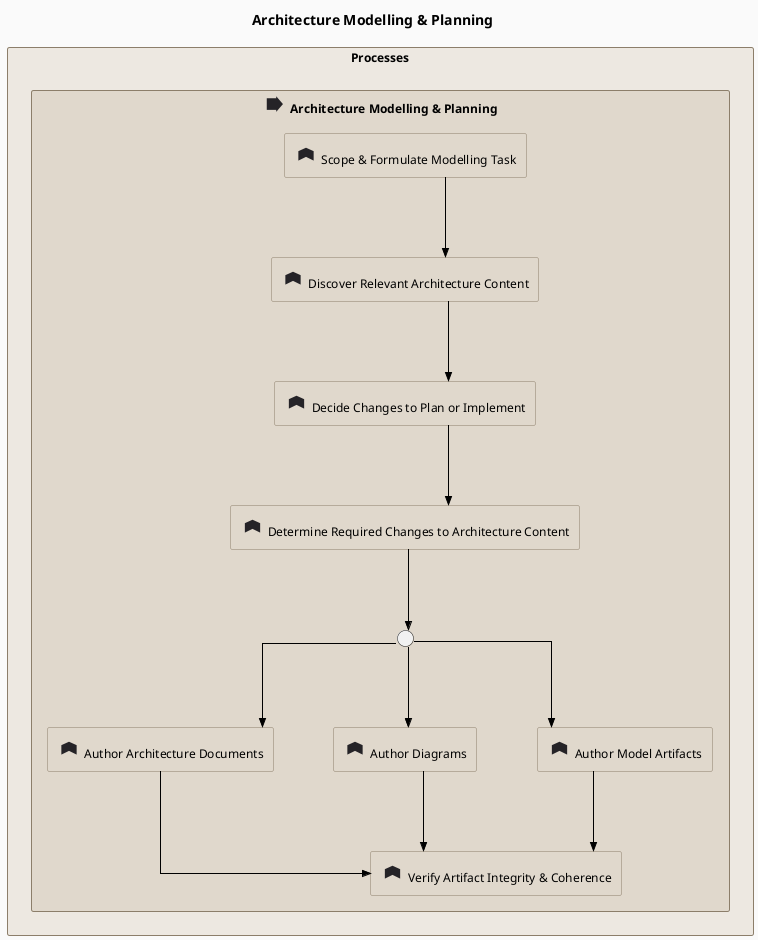
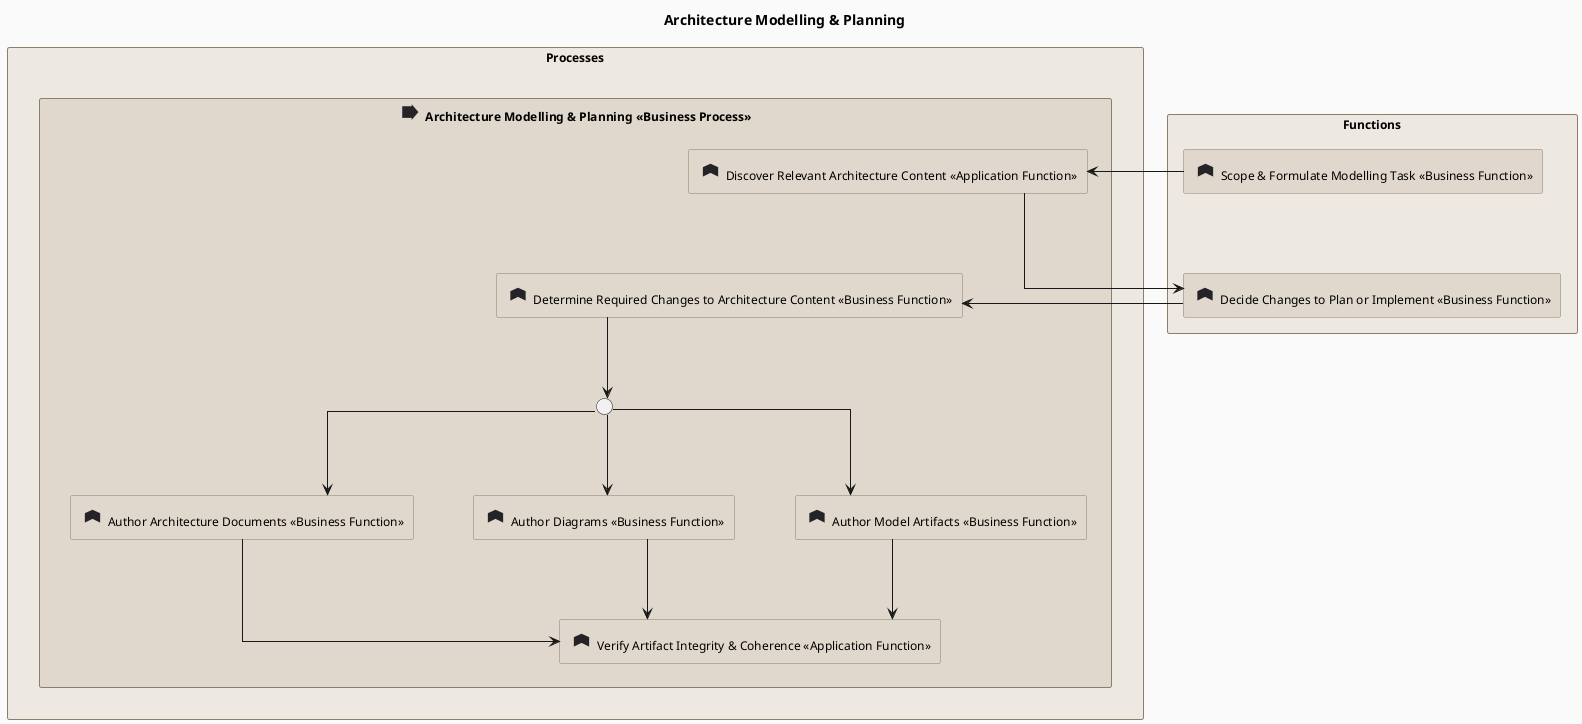
---
artifact-id: ARC@1777473085.eVg5bD.architecture-modelling-planning
artifact-type: diagram
name: Architecture Modelling & Planning
version: 0.1.0
status: draft
diagram-type: archimate-layered
entity-ids-used:
- - PRC@1776635640.U4aAdh.architecture-modelling-planning
+ - FNC@1777409722.ErTqVT.scope-formulate-modelling-task
+ - FNC@1777472861.HgWMdN.decide-changes-to-plan-or-implement
+ - FNC@1777390445.NGjUCa.verify-artifact-integrity-coherence
+ - FNC@1777390444.lLdx12.discover-relevant-architecture-content
+ - FNC@1777409722.rkx32U.determine-required-changes-to-architecture-content
- FNC@1777409722.saMRQ0.author-architecture-documents
- FNC@1777390449.uzJGYp.author-diagrams
- FNC@1777390448.yuFXVJ.author-model-artifacts
- - FNC@1777472861.HgWMdN.decide-changes-to-plan-or-implement
- - FNC@1777409722.rkx32U.determine-required-changes-to-architecture-content
- - FNC@1777390444.lLdx12.discover-relevant-architecture-content
- - FNC@1777409722.ErTqVT.scope-formulate-modelling-task
- - FNC@1777390445.NGjUCa.verify-artifact-integrity-coherence
- JNO@1777467627.chqH1_.inclusive-or-for-architecture-work
+ - PRC@1776635640.U4aAdh.architecture-modelling-planning
connection-ids-used:
- - PRC@1776635640.U4aAdh.architecture-modelling-planning---FNC@1777409722.saMRQ0.author-architecture-documents@@archimate-aggregation
- - PRC@1776635640.U4aAdh.architecture-modelling-planning---FNC@1777390449.uzJGYp.author-diagrams@@archimate-aggregation
- - PRC@1776635640.U4aAdh.architecture-modelling-planning---FNC@1777390448.yuFXVJ.author-model-artifacts@@archimate-aggregation
- - PRC@1776635640.U4aAdh.architecture-modelling-planning---FNC@1777472861.HgWMdN.decide-changes-to-plan-or-implement@@archimate-aggregation
- - FNC@1777472861.HgWMdN.decide-changes-to-plan-or-implement---FNC@1777409722.rkx32U.determine-required-changes-to-architecture-content@@archimate-triggering
- - PRC@1776635640.U4aAdh.architecture-modelling-planning---FNC@1777409722.rkx32U.determine-required-changes-to-architecture-content@@archimate-aggregation
- - PRC@1776635640.U4aAdh.architecture-modelling-planning---FNC@1777390444.lLdx12.discover-relevant-architecture-content@@archimate-aggregation
- - FNC@1777390444.lLdx12.discover-relevant-architecture-content---FNC@1777472861.HgWMdN.decide-changes-to-plan-or-implement@@archimate-triggering
- - FNC@1777409722.ErTqVT.scope-formulate-modelling-task---FNC@1777390444.lLdx12.discover-relevant-architecture-content@@archimate-triggering
- - PRC@1776635640.U4aAdh.architecture-modelling-planning---FNC@1777409722.ErTqVT.scope-formulate-modelling-task@@archimate-aggregation
- - FNC@1777390448.yuFXVJ.author-model-artifacts---FNC@1777390445.NGjUCa.verify-artifact-integrity-coherence@@archimate-triggering
- - FNC@1777390449.uzJGYp.author-diagrams---FNC@1777390445.NGjUCa.verify-artifact-integrity-coherence@@archimate-triggering
- - FNC@1777409722.saMRQ0.author-architecture-documents---FNC@1777390445.NGjUCa.verify-artifact-integrity-coherence@@archimate-triggering
- - PRC@1776635640.U4aAdh.architecture-modelling-planning---FNC@1777390445.NGjUCa.verify-artifact-integrity-coherence@@archimate-aggregation
- - FNC@1777409722.rkx32U.determine-required-changes-to-architecture-content---JNO@1777467627.chqH1_.inclusive-or-for-architecture-work@@archimate-triggering
- - JNO@1777467627.chqH1_.inclusive-or-for-architecture-work---FNC@1777390448.yuFXVJ.author-model-artifacts@@archimate-triggering
- - JNO@1777467627.chqH1_.inclusive-or-for-architecture-work---FNC@1777390449.uzJGYp.author-diagrams@@archimate-triggering
- - JNO@1777467627.chqH1_.inclusive-or-for-architecture-work---FNC@1777409722.saMRQ0.author-architecture-documents@@archimate-triggering
- last-updated: '2026-07-05'
+ - FNC@1777472861.HgWMdN---FNC@1777409722.rkx32U@@archimate-triggering
+ - FNC@1777390444.lLdx12---FNC@1777472861.HgWMdN@@archimate-triggering
+ - FNC@1777409722.ErTqVT---FNC@1777390444.lLdx12@@archimate-triggering
+ - FNC@1777390448.yuFXVJ---FNC@1777390445.NGjUCa@@archimate-triggering
+ - FNC@1777390449.uzJGYp---FNC@1777390445.NGjUCa@@archimate-triggering
+ - FNC@1777409722.saMRQ0---FNC@1777390445.NGjUCa@@archimate-triggering
+ - FNC@1777409722.rkx32U---JNO@1777467627.chqH1_@@archimate-triggering
+ - JNO@1777467627.chqH1_---FNC@1777390448.yuFXVJ@@archimate-triggering
+ - JNO@1777467627.chqH1_---FNC@1777390449.uzJGYp@@archimate-triggering
+ - JNO@1777467627.chqH1_---FNC@1777409722.saMRQ0@@archimate-triggering
+ - PRC@1776635640.U4aAdh---FNC@1777409722.saMRQ0@@archimate-aggregation
+ - PRC@1776635640.U4aAdh---FNC@1777390449.uzJGYp@@archimate-aggregation
+ - PRC@1776635640.U4aAdh---FNC@1777390448.yuFXVJ@@archimate-aggregation
+ - PRC@1776635640.U4aAdh---FNC@1777409722.rkx32U@@archimate-aggregation
+ - PRC@1776635640.U4aAdh---FNC@1777390444.lLdx12@@archimate-aggregation
+ - PRC@1776635640.U4aAdh---FNC@1777390445.NGjUCa@@archimate-aggregation
+ last-updated: '2026-07-19'
---
@startuml architecture-modelling---planning
- !define ARCHIMATE_VERSION 3.2
- !include <archimate/Archimate>
hide stereotype

skinparam defaultFontName "Helvetica Neue, Helvetica, Arial, sans-serif"
skinparam defaultFontSize 12
skinparam shadowing false
skinparam roundcorner 4
skinparam backgroundColor #FAFAFA

skinparam linetype ortho
skinparam nodesep 60
skinparam ranksep 80
+ !define Rel_Triggering(from, to, label) from --> to
+ !define Rel_Realization(from, to, label) from ..|> to
+ !define Rel_Realization_Up(from, to, label) from ..|> to
+ !define Rel_Serving(from, to, label) from --> to
+ !define Rel_Association(from, to, label) from -- to
+ !define Rel_Association_Left(from, to, label) from -- to
+ !define Rel_Association_Right(from, to, label) from -- to
+ !define Rel_Access(from, to, label) from ..> to
+ !define Rel_Influence(from, to, label) from ..> to
skinparam rectangle<<CommonGrouping>> {
  BackgroundColor #EDE8E1
  BorderColor #8C7E6A
}
skinparam rectangle<<function>> {
  BackgroundColor #E0D8CC
  BorderColor #8C7E6A
}
skinparam rectangle<<process>> {
  BackgroundColor #E0D8CC
  BorderColor #8C7E6A
}
sprite $archimate_function <svg xmlns="http://www.w3.org/2000/svg" viewBox="0 0 16 16"><path d="M2.9 11.7V5.4L8 3.1l5.1 2.3v6.3L8 9.2z"  fill="#252327" stroke="none"/></svg>
sprite $archimate_process <svg xmlns="http://www.w3.org/2000/svg" viewBox="0 0 16 16"><path d="M2.6 4.1h6.3V2.8l4.5 5.2-4.5 5.2v-1.3H2.6z"  fill="#252327" stroke="none"/></svg>

top to bottom direction

title Architecture Modelling & Planning

rectangle "Processes" <<CommonGrouping>> {
-   rectangle "<$archimate_process{scale=1.5}> Architecture Modelling & Planning" <<process>> as PRC_U4aAdh {
-     rectangle "<$archimate_function{scale=1.5}> Author Architecture Documents" <<function>> as FNC_saMRQ0
-     rectangle "<$archimate_function{scale=1.5}> Author Diagrams" <<function>> as FNC_uzJGYp
-     rectangle "<$archimate_function{scale=1.5}> Author Model Artifacts" <<function>> as FNC_yuFXVJ
-     rectangle "<$archimate_function{scale=1.5}> Decide Changes to Plan or Implement" <<function>> as FNC_HgWMdN
-     rectangle "<$archimate_function{scale=1.5}> Determine Required Changes to Architecture Content" <<function>> as FNC_rkx32U
-     rectangle "<$archimate_function{scale=1.5}> Discover Relevant Architecture Content" <<function>> as FNC_lLdx12
-     rectangle "<$archimate_function{scale=1.5}> Scope & Formulate Modelling Task" <<function>> as FNC_ErTqVT
-     rectangle "<$archimate_function{scale=1.5}> Verify Artifact Integrity & Coherence" <<function>> as FNC_NGjUCa
+   rectangle "<$archimate_process{scale=1.5}> Architecture Modelling & Planning «Business Process»" <<process>> as PRC_U4aAdh {
+     rectangle "<$archimate_function{scale=1.5}> Verify Artifact Integrity & Coherence «Application Function»" <<function>> as FNC_NGjUCa
+     rectangle "<$archimate_function{scale=1.5}> Discover Relevant Architecture Content «Application Function»" <<function>> as FNC_lLdx12
+     rectangle "<$archimate_function{scale=1.5}> Determine Required Changes to Architecture Content «Business Function»" <<function>> as FNC_rkx32U
+     rectangle "<$archimate_function{scale=1.5}> Author Architecture Documents «Business Function»" <<function>> as FNC_saMRQ0
+     rectangle "<$archimate_function{scale=1.5}> Author Diagrams «Business Function»" <<function>> as FNC_uzJGYp
+     rectangle "<$archimate_function{scale=1.5}> Author Model Artifacts «Business Function»" <<function>> as FNC_yuFXVJ
    circle " " as JNO_chqH1_
-     FNC_ErTqVT -[hidden]down- FNC_lLdx12
-     FNC_lLdx12 -[hidden]down- FNC_HgWMdN
-     FNC_HgWMdN -[hidden]down- FNC_rkx32U
+     FNC_lLdx12 -[hidden]down- FNC_rkx32U
    FNC_rkx32U -[hidden]down- JNO_chqH1_
    JNO_chqH1_ -[hidden]down- FNC_saMRQ0
    FNC_saMRQ0 -[hidden]right- FNC_uzJGYp
    FNC_uzJGYp -[hidden]right- FNC_yuFXVJ
    FNC_yuFXVJ -[hidden]down- FNC_NGjUCa
    JNO_chqH1_ -[hidden]down- FNC_saMRQ0
    JNO_chqH1_ -[hidden]down- FNC_uzJGYp
    JNO_chqH1_ -[hidden]down- FNC_yuFXVJ
  }
}

+ rectangle "Functions" <<CommonGrouping>> {
+   rectangle "<$archimate_function{scale=1.5}> Scope & Formulate Modelling Task «Business Function»" <<function>> as FNC_ErTqVT
+   rectangle "<$archimate_function{scale=1.5}> Decide Changes to Plan or Implement «Business Function»" <<function>> as FNC_HgWMdN
+ }
+ FNC_ErTqVT -[hidden]down- FNC_HgWMdN
+ PRC_U4aAdh -[hidden]down- FNC_ErTqVT
+ 
' Connections
- Rel_Triggering(FNC_HgWMdN, FNC_rkx32U, "")
- Rel_Triggering(FNC_lLdx12, FNC_HgWMdN, "")
- Rel_Triggering(FNC_ErTqVT, FNC_lLdx12, "")
- Rel_Triggering(FNC_yuFXVJ, FNC_NGjUCa, "")
- Rel_Triggering(FNC_uzJGYp, FNC_NGjUCa, "")
- Rel_Triggering(FNC_saMRQ0, FNC_NGjUCa, "")
- Rel_Triggering(FNC_rkx32U, JNO_chqH1_, "")
- Rel_Triggering(JNO_chqH1_, FNC_yuFXVJ, "")
- Rel_Triggering(JNO_chqH1_, FNC_uzJGYp, "")
- Rel_Triggering(JNO_chqH1_, FNC_saMRQ0, "")
+ FNC_HgWMdN --> FNC_rkx32U
+ FNC_lLdx12 --> FNC_HgWMdN
+ FNC_ErTqVT --> FNC_lLdx12
+ FNC_yuFXVJ --> FNC_NGjUCa
+ FNC_uzJGYp --> FNC_NGjUCa
+ FNC_saMRQ0 --> FNC_NGjUCa
+ FNC_rkx32U --> JNO_chqH1_
+ JNO_chqH1_ --> FNC_yuFXVJ
+ JNO_chqH1_ --> FNC_uzJGYp
+ JNO_chqH1_ --> FNC_saMRQ0

@enduml
